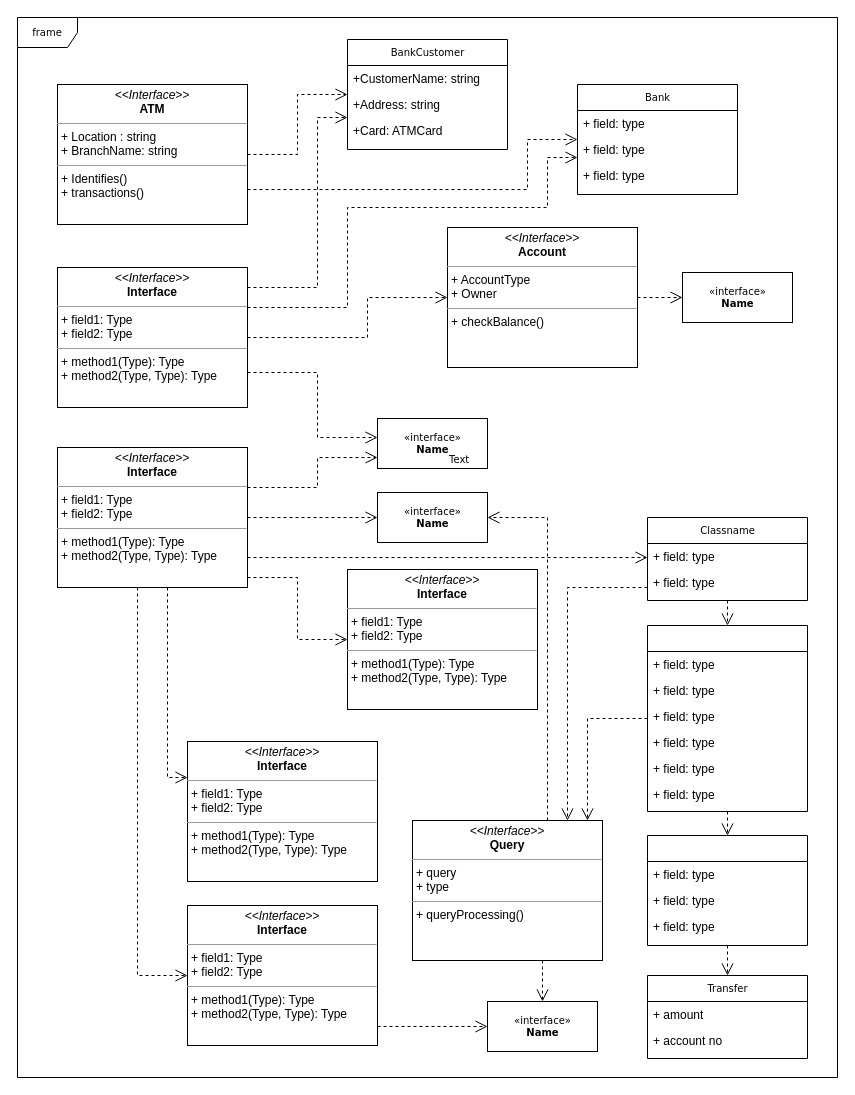
The draw.io diagram Untitled Diagram.drawio in CyborgCodes/CyborgCodes.github.io, before the edit. Source tidied: cells renumbered, new cells numbered last; positions are measured from the earlier drawing's top-left corner, leaving out a move shared by most shapes. Both pictures are drawn from the tidied source at 100%, with x=0, y=0 at pixel (17, 17).
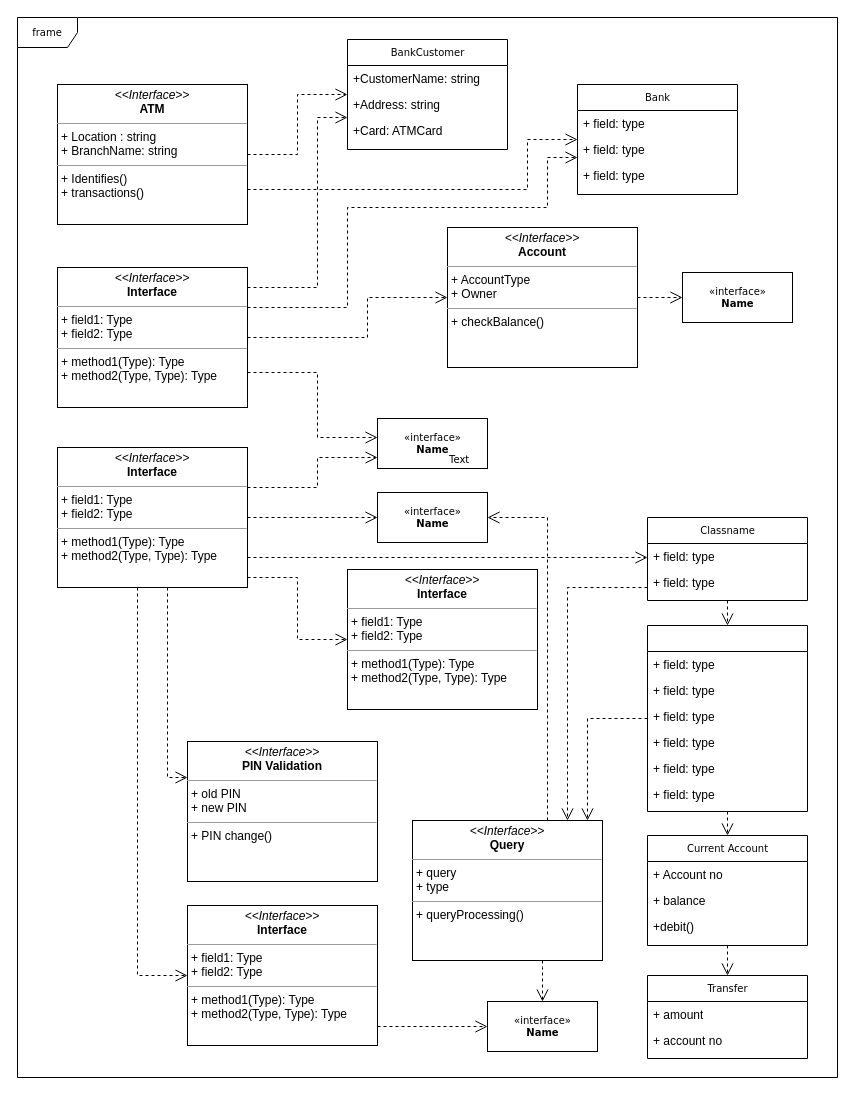
After the change.

The edit, as a diff of the source:
```diff
@@
-    <mxCell id="24" style="swimlane;html=1;fontStyle=0;horizontal=1;startSize=26;fillColor=none;swimlaneFillColor=#ffffff;rounded=0;shadow=0;comic=0;labelBackgroundColor=none;strokeWidth=1;fontFamily=Verdana;fontSize=10;align=center;" parent="1" vertex="1">
+    <mxCell id="24" value="Current Account" style="swimlane;html=1;fontStyle=0;horizontal=1;startSize=26;fillColor=none;swimlaneFillColor=#ffffff;rounded=0;shadow=0;comic=0;labelBackgroundColor=none;strokeWidth=1;fontFamily=Verdana;fontSize=10;align=center;" parent="1" vertex="1">
       <mxGeometry x="630" y="818" width="160" height="110" as="geometry" />
     </mxCell>
-    <mxCell id="25" value="+ field: type" style="text;html=1;strokeColor=none;fillColor=none;align=left;verticalAlign=top;spacingLeft=4;spacingRight=4;whiteSpace=wrap;overflow=hidden;" parent="24" vertex="1">
+    <mxCell id="25" value="+ Account no&lt;br&gt;" style="text;html=1;strokeColor=none;fillColor=none;align=left;verticalAlign=top;spacingLeft=4;spacingRight=4;whiteSpace=wrap;overflow=hidden;" parent="24" vertex="1">
       <mxGeometry y="26" width="160" height="26" as="geometry" />
     </mxCell>
-    <mxCell id="26" value="+ field: type" style="text;html=1;strokeColor=none;fillColor=none;align=left;verticalAlign=top;spacingLeft=4;spacingRight=4;whiteSpace=wrap;overflow=hidden;" parent="24" vertex="1">
+    <mxCell id="26" value="+ balance&amp;nbsp;" style="text;html=1;strokeColor=none;fillColor=none;align=left;verticalAlign=top;spacingLeft=4;spacingRight=4;whiteSpace=wrap;overflow=hidden;" parent="24" vertex="1">
       <mxGeometry y="52" width="160" height="26" as="geometry" />
     </mxCell>
-    <mxCell id="27" value="+ field: type" style="text;html=1;strokeColor=none;fillColor=none;align=left;verticalAlign=top;spacingLeft=4;spacingRight=4;whiteSpace=wrap;overflow=hidden;" parent="24" vertex="1">
+    <mxCell id="27" value="+debit()" style="text;html=1;strokeColor=none;fillColor=none;align=left;verticalAlign=top;spacingLeft=4;spacingRight=4;whiteSpace=wrap;overflow=hidden;" parent="24" vertex="1">
       <mxGeometry y="78" width="160" height="26" as="geometry" />
     </mxCell>
@@
-    <mxCell id="39" value="&lt;p style=&quot;margin:0px;margin-top:4px;text-align:center;&quot;&gt;&lt;i&gt;&amp;lt;&amp;lt;Interface&amp;gt;&amp;gt;&lt;/i&gt;&lt;br/&gt;&lt;b&gt;Interface&lt;/b&gt;&lt;/p&gt;&lt;hr size=&quot;1&quot;/&gt;&lt;p style=&quot;margin:0px;margin-left:4px;&quot;&gt;+ field1: Type&lt;br/&gt;+ field2: Type&lt;/p&gt;&lt;hr size=&quot;1&quot;/&gt;&lt;p style=&quot;margin:0px;margin-left:4px;&quot;&gt;+ method1(Type): Type&lt;br/&gt;+ method2(Type, Type): Type&lt;/p&gt;" style="verticalAlign=top;align=left;overflow=fill;fontSize=12;fontFamily=Helvetica;html=1;rounded=0;shadow=0;comic=0;labelBackgroundColor=none;strokeWidth=1;" parent="1" vertex="1">
+    <mxCell id="39" value="&lt;p style=&quot;margin:0px;margin-top:4px;text-align:center;&quot;&gt;&lt;i&gt;&amp;lt;&amp;lt;Interface&amp;gt;&amp;gt;&lt;/i&gt;&lt;br&gt;&lt;b&gt;PIN Validation&lt;/b&gt;&lt;/p&gt;&lt;hr size=&quot;1&quot;&gt;&lt;p style=&quot;margin:0px;margin-left:4px;&quot;&gt;+ old PIN&lt;br&gt;&lt;/p&gt;&lt;p style=&quot;margin:0px;margin-left:4px;&quot;&gt;+ new PIN&lt;/p&gt;&lt;hr size=&quot;1&quot;&gt;&lt;p style=&quot;margin:0px;margin-left:4px;&quot;&gt;+ PIN change()&lt;/p&gt;" style="verticalAlign=top;align=left;overflow=fill;fontSize=12;fontFamily=Helvetica;html=1;rounded=0;shadow=0;comic=0;labelBackgroundColor=none;strokeWidth=1;" parent="1" vertex="1">
       <mxGeometry x="170" y="724" width="190" height="140" as="geometry" />
     </mxCell>
```
